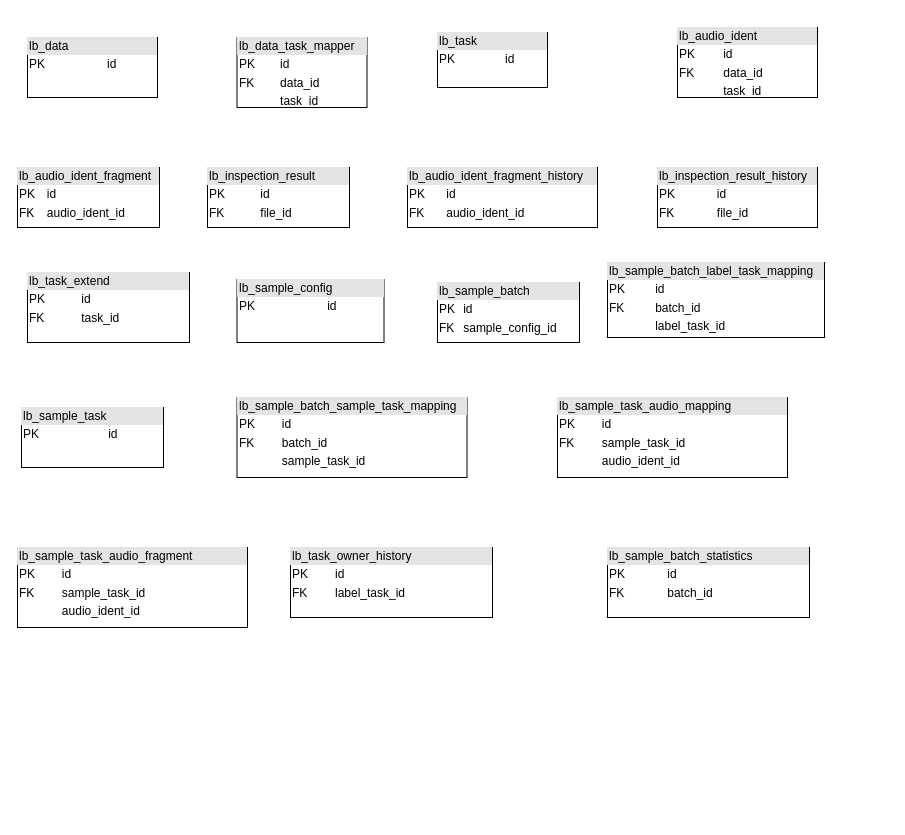
Before: label_table.drawio in jianjunding234/document, a draw.io diagram. Source tidied: cells renumbered, new cells numbered last; positions are measured from the earlier drawing's top-left corner, leaving out a move shared by most shapes. Both pictures are drawn from the tidied source at 100%, with x=0, y=0 at pixel (17, 27).
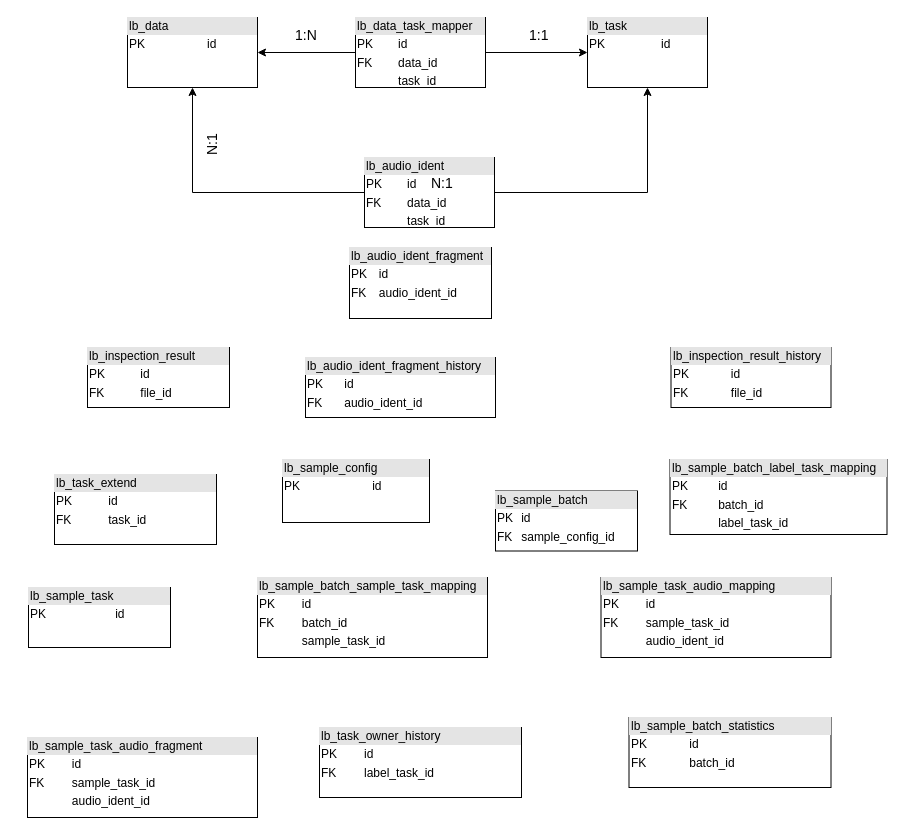
The same diagram, later.

Change to the diagram source:
```diff
@@
     <mxCell id="2" value="&lt;div style=&quot;box-sizing: border-box ; width: 100% ; background: #e4e4e4 ; padding: 2px&quot;&gt;lb_task&lt;br&gt;&lt;/div&gt;&lt;table style=&quot;width: 100% ; font-size: 1em&quot; cellpadding=&quot;2&quot; cellspacing=&quot;0&quot;&gt;&lt;tbody&gt;&lt;tr&gt;&lt;td&gt;PK&lt;/td&gt;&lt;td&gt;id&lt;/td&gt;&lt;/tr&gt;&lt;tr&gt;&lt;td&gt;&lt;br&gt;&lt;/td&gt;&lt;td&gt;&lt;/td&gt;&lt;/tr&gt;&lt;/tbody&gt;&lt;/table&gt;" style="verticalAlign=top;align=left;overflow=fill;html=1;" parent="1" vertex="1">
-      <mxGeometry x="420" y="5" width="110" height="55" as="geometry" />
+      <mxGeometry x="570" y="-10" width="120" height="70" as="geometry" />
     </mxCell>
     <mxCell id="3" value="&lt;div style=&quot;box-sizing: border-box ; width: 100% ; background: #e4e4e4 ; padding: 2px&quot;&gt;lb_data&lt;br&gt;&lt;/div&gt;&lt;table style=&quot;width: 100% ; font-size: 1em&quot; cellpadding=&quot;2&quot; cellspacing=&quot;0&quot;&gt;&lt;tbody&gt;&lt;tr&gt;&lt;td&gt;PK&lt;/td&gt;&lt;td&gt;id&lt;/td&gt;&lt;/tr&gt;&lt;tr&gt;&lt;td&gt;&lt;br&gt;&lt;/td&gt;&lt;td&gt;&lt;/td&gt;&lt;/tr&gt;&lt;/tbody&gt;&lt;/table&gt;" style="verticalAlign=top;align=left;overflow=fill;html=1;" parent="1" vertex="1">
-      <mxGeometry x="10" y="10" width="130" height="60" as="geometry" />
+      <mxGeometry x="110" y="-10" width="130" height="70" as="geometry" />
     </mxCell>
+    <mxCell id="20" style="edgeStyle=orthogonalEdgeStyle;rounded=0;jettySize=auto;html=1;entryX=1;entryY=0.5;entryDx=0;entryDy=0;" parent="1" edge="1" source="4" target="3">
+      <mxGeometry relative="1" as="geometry" />
+    </mxCell>
+    <mxCell id="21" style="edgeStyle=orthogonalEdgeStyle;rounded=0;jettySize=auto;html=1;" parent="1" edge="1" source="4" target="2">
+      <mxGeometry relative="1" as="geometry" />
+    </mxCell>
     <mxCell id="4" value="&lt;div style=&quot;box-sizing: border-box ; width: 100% ; background: #e4e4e4 ; padding: 2px&quot;&gt;lb_data_task_mapper&lt;br&gt;&lt;/div&gt;&lt;table style=&quot;width: 100% ; font-size: 1em&quot; cellpadding=&quot;2&quot; cellspacing=&quot;0&quot;&gt;&lt;tbody&gt;&lt;tr&gt;&lt;td&gt;PK&lt;/td&gt;&lt;td&gt;id&lt;/td&gt;&lt;/tr&gt;&lt;tr&gt;&lt;td&gt;FK&lt;/td&gt;&lt;td&gt;data_id&lt;/td&gt;&lt;/tr&gt;&lt;tr&gt;&lt;td&gt;&lt;/td&gt;&lt;td&gt;task_id&lt;/td&gt;&lt;/tr&gt;&lt;/tbody&gt;&lt;/table&gt;" style="verticalAlign=top;align=left;overflow=fill;html=1;" parent="1" vertex="1">
-      <mxGeometry x="219.5" y="10" width="130" height="70" as="geometry" />
+      <mxGeometry x="338" y="-10" width="130" height="70" as="geometry" />
     </mxCell>
-    <mxCell id="5" value="&lt;div style=&quot;box-sizing: border-box ; width: 100% ; background: #e4e4e4 ; padding: 2px&quot;&gt;lb_audio_ident&lt;/div&gt;&lt;table style=&quot;width: 100% ; font-size: 1em&quot; cellpadding=&quot;2&quot; cellspacing=&quot;0&quot;&gt;&lt;tbody&gt;&lt;tr&gt;&lt;td&gt;PK&lt;/td&gt;&lt;td&gt;id&lt;/td&gt;&lt;/tr&gt;&lt;tr&gt;&lt;td&gt;FK&lt;/td&gt;&lt;td&gt;data_id&lt;/td&gt;&lt;/tr&gt;&lt;tr&gt;&lt;td&gt;&lt;/td&gt;&lt;td&gt;task_id&lt;/td&gt;&lt;/tr&gt;&lt;/tbody&gt;&lt;/table&gt;" style="verticalAlign=top;align=left;overflow=fill;html=1;" parent="1" vertex="1">
-      <mxGeometry x="660" width="140" height="70" as="geometry" />
-    </mxCell>
     <mxCell id="6" value="&lt;div style=&quot;box-sizing: border-box ; width: 100% ; background: #e4e4e4 ; padding: 2px&quot;&gt;lb_audio_ident_fragment&lt;br&gt;&lt;/div&gt;&lt;table style=&quot;width: 100% ; font-size: 1em&quot; cellpadding=&quot;2&quot; cellspacing=&quot;0&quot;&gt;&lt;tbody&gt;&lt;tr&gt;&lt;td&gt;PK&lt;/td&gt;&lt;td&gt;id&lt;/td&gt;&lt;/tr&gt;&lt;tr&gt;&lt;td&gt;FK&lt;/td&gt;&lt;td&gt;audio_ident_id&lt;br&gt;&lt;/td&gt;&lt;/tr&gt;&lt;tr&gt;&lt;td&gt;&lt;/td&gt;&lt;td&gt;&lt;br&gt;&lt;/td&gt;&lt;/tr&gt;&lt;/tbody&gt;&lt;/table&gt;" style="verticalAlign=top;align=left;overflow=fill;html=1;" parent="1" vertex="1">
-      <mxGeometry y="140" width="142" height="60" as="geometry" />
+      <mxGeometry x="332" y="220" width="142" height="71" as="geometry" />
     </mxCell>
     <mxCell id="7" value="&lt;div style=&quot;box-sizing: border-box ; width: 100% ; background: #e4e4e4 ; padding: 2px&quot;&gt;lb_inspection_result&lt;br&gt;&lt;/div&gt;&lt;table style=&quot;width: 100% ; font-size: 1em&quot; cellpadding=&quot;2&quot; cellspacing=&quot;0&quot;&gt;&lt;tbody&gt;&lt;tr&gt;&lt;td&gt;PK&lt;/td&gt;&lt;td&gt;id&lt;/td&gt;&lt;/tr&gt;&lt;tr&gt;&lt;td&gt;FK&lt;/td&gt;&lt;td&gt;file_id&lt;br&gt;&lt;/td&gt;&lt;/tr&gt;&lt;tr&gt;&lt;td&gt;&lt;/td&gt;&lt;td&gt;&lt;br&gt;&lt;/td&gt;&lt;/tr&gt;&lt;/tbody&gt;&lt;/table&gt;" style="verticalAlign=top;align=left;overflow=fill;html=1;" parent="1" vertex="1">
-      <mxGeometry x="190" y="140" width="142" height="60" as="geometry" />
+      <mxGeometry x="70" y="320" width="142" height="60" as="geometry" />
     </mxCell>
     <mxCell id="8" value="&lt;div style=&quot;box-sizing: border-box ; width: 100% ; background: #e4e4e4 ; padding: 2px&quot;&gt;lb_audio_ident_fragment_history&lt;br&gt;&lt;/div&gt;&lt;table style=&quot;width: 100% ; font-size: 1em&quot; cellpadding=&quot;2&quot; cellspacing=&quot;0&quot;&gt;&lt;tbody&gt;&lt;tr&gt;&lt;td&gt;PK&lt;/td&gt;&lt;td&gt;id&lt;/td&gt;&lt;/tr&gt;&lt;tr&gt;&lt;td&gt;FK&lt;/td&gt;&lt;td&gt;audio_ident_id&lt;br&gt;&lt;/td&gt;&lt;/tr&gt;&lt;tr&gt;&lt;td&gt;&lt;/td&gt;&lt;td&gt;&lt;br&gt;&lt;/td&gt;&lt;/tr&gt;&lt;/tbody&gt;&lt;/table&gt;" style="verticalAlign=top;align=left;overflow=fill;html=1;" parent="1" vertex="1">
-      <mxGeometry x="390" y="140" width="190" height="60" as="geometry" />
+      <mxGeometry x="288" y="330" width="190" height="60" as="geometry" />
     </mxCell>
     <mxCell id="9" value="&lt;div style=&quot;box-sizing: border-box ; width: 100% ; background: #e4e4e4 ; padding: 2px&quot;&gt;lb_inspection_result_history&lt;br&gt;&lt;/div&gt;&lt;table style=&quot;width: 100% ; font-size: 1em&quot; cellpadding=&quot;2&quot; cellspacing=&quot;0&quot;&gt;&lt;tbody&gt;&lt;tr&gt;&lt;td&gt;PK&lt;/td&gt;&lt;td&gt;id&lt;/td&gt;&lt;/tr&gt;&lt;tr&gt;&lt;td&gt;FK&lt;/td&gt;&lt;td&gt;file_id&lt;br&gt;&lt;/td&gt;&lt;/tr&gt;&lt;tr&gt;&lt;td&gt;&lt;/td&gt;&lt;td&gt;&lt;br&gt;&lt;/td&gt;&lt;/tr&gt;&lt;/tbody&gt;&lt;/table&gt;" style="verticalAlign=top;align=left;overflow=fill;html=1;" parent="1" vertex="1">
-      <mxGeometry x="640" y="140" width="160" height="60" as="geometry" />
+      <mxGeometry x="653.5" y="320" width="160" height="60" as="geometry" />
     </mxCell>
     <mxCell id="10" value="&lt;div style=&quot;box-sizing: border-box ; width: 100% ; background: #e4e4e4 ; padding: 2px&quot;&gt;lb_sample_config&lt;br&gt;&lt;/div&gt;&lt;table style=&quot;width: 100% ; font-size: 1em&quot; cellpadding=&quot;2&quot; cellspacing=&quot;0&quot;&gt;&lt;tbody&gt;&lt;tr&gt;&lt;td&gt;PK&lt;/td&gt;&lt;td&gt;id&lt;/td&gt;&lt;/tr&gt;&lt;tr&gt;&lt;td&gt;&lt;/td&gt;&lt;td&gt;&lt;br&gt;&lt;/td&gt;&lt;/tr&gt;&lt;tr&gt;&lt;td&gt;&lt;/td&gt;&lt;td&gt;&lt;br&gt;&lt;/td&gt;&lt;/tr&gt;&lt;/tbody&gt;&lt;/table&gt;" style="verticalAlign=top;align=left;overflow=fill;html=1;" parent="1" vertex="1">
-      <mxGeometry x="219.5" y="252" width="147" height="63" as="geometry" />
+      <mxGeometry x="265" y="432" width="147" height="63" as="geometry" />
     </mxCell>
     <mxCell id="11" value="&lt;div style=&quot;box-sizing: border-box ; width: 100% ; background: #e4e4e4 ; padding: 2px&quot;&gt;lb_sample_batch&lt;br&gt;&lt;/div&gt;&lt;table style=&quot;width: 100% ; font-size: 1em&quot; cellpadding=&quot;2&quot; cellspacing=&quot;0&quot;&gt;&lt;tbody&gt;&lt;tr&gt;&lt;td&gt;PK&lt;/td&gt;&lt;td&gt;id&lt;/td&gt;&lt;/tr&gt;&lt;tr&gt;&lt;td&gt;FK&lt;/td&gt;&lt;td&gt;sample_config_id&lt;br&gt;&lt;/td&gt;&lt;/tr&gt;&lt;tr&gt;&lt;td&gt;&lt;/td&gt;&lt;td&gt;&lt;br&gt;&lt;/td&gt;&lt;/tr&gt;&lt;/tbody&gt;&lt;/table&gt;" style="verticalAlign=top;align=left;overflow=fill;html=1;" parent="1" vertex="1">
-      <mxGeometry x="420" y="255" width="142" height="60" as="geometry" />
+      <mxGeometry x="478" y="463.5" width="142" height="60" as="geometry" />
     </mxCell>
     <mxCell id="12" value="&lt;div style=&quot;box-sizing: border-box ; width: 100% ; background: #e4e4e4 ; padding: 2px&quot;&gt;lb_sample_batch_label_task_mapping&lt;br&gt;&lt;/div&gt;&lt;table style=&quot;width: 100% ; font-size: 1em&quot; cellpadding=&quot;2&quot; cellspacing=&quot;0&quot;&gt;&lt;tbody&gt;&lt;tr&gt;&lt;td&gt;PK&lt;/td&gt;&lt;td&gt;id&lt;/td&gt;&lt;/tr&gt;&lt;tr&gt;&lt;td&gt;FK&lt;/td&gt;&lt;td&gt;batch_id&lt;/td&gt;&lt;/tr&gt;&lt;tr&gt;&lt;td&gt;&lt;/td&gt;&lt;td&gt;label_task_id&lt;/td&gt;&lt;/tr&gt;&lt;/tbody&gt;&lt;/table&gt;" style="verticalAlign=top;align=left;overflow=fill;html=1;" parent="1" vertex="1">
-      <mxGeometry x="590" y="235" width="217" height="75" as="geometry" />
+      <mxGeometry x="652.5" y="432" width="217" height="75" as="geometry" />
     </mxCell>
     <mxCell id="13" value="&lt;div style=&quot;box-sizing: border-box ; width: 100% ; background: #e4e4e4 ; padding: 2px&quot;&gt;lb_sample_task&lt;br&gt;&lt;/div&gt;&lt;table style=&quot;width: 100% ; font-size: 1em&quot; cellpadding=&quot;2&quot; cellspacing=&quot;0&quot;&gt;&lt;tbody&gt;&lt;tr&gt;&lt;td&gt;PK&lt;/td&gt;&lt;td&gt;id&lt;/td&gt;&lt;/tr&gt;&lt;tr&gt;&lt;td&gt;&lt;/td&gt;&lt;td&gt;&lt;br&gt;&lt;/td&gt;&lt;/tr&gt;&lt;tr&gt;&lt;td&gt;&lt;/td&gt;&lt;td&gt;&lt;br&gt;&lt;/td&gt;&lt;/tr&gt;&lt;/tbody&gt;&lt;/table&gt;" style="verticalAlign=top;align=left;overflow=fill;html=1;" parent="1" vertex="1">
-      <mxGeometry x="4" y="380" width="142" height="60" as="geometry" />
+      <mxGeometry x="11" y="560" width="142" height="60" as="geometry" />
     </mxCell>
     <mxCell id="14" value="&lt;div style=&quot;box-sizing: border-box ; width: 100% ; background: #e4e4e4 ; padding: 2px&quot;&gt;lb_sample_batch_sample_task_mapping&lt;br&gt;&lt;/div&gt;&lt;table style=&quot;width: 100% ; font-size: 1em&quot; cellpadding=&quot;2&quot; cellspacing=&quot;0&quot;&gt;&lt;tbody&gt;&lt;tr&gt;&lt;td&gt;PK&lt;/td&gt;&lt;td&gt;id&lt;/td&gt;&lt;/tr&gt;&lt;tr&gt;&lt;td&gt;FK&lt;/td&gt;&lt;td&gt;batch_id&lt;/td&gt;&lt;/tr&gt;&lt;tr&gt;&lt;td&gt;&lt;/td&gt;&lt;td&gt;sample_task_id&lt;/td&gt;&lt;/tr&gt;&lt;/tbody&gt;&lt;/table&gt;" style="verticalAlign=top;align=left;overflow=fill;html=1;" parent="1" vertex="1">
-      <mxGeometry x="219.5" y="370" width="230" height="80" as="geometry" />
+      <mxGeometry x="240" y="550" width="230" height="80" as="geometry" />
     </mxCell>
     <mxCell id="15" value="&lt;div style=&quot;box-sizing: border-box ; width: 100% ; background: #e4e4e4 ; padding: 2px&quot;&gt;lb_sample_task_audio_mapping&lt;br&gt;&lt;/div&gt;&lt;table style=&quot;width: 100% ; font-size: 1em&quot; cellpadding=&quot;2&quot; cellspacing=&quot;0&quot;&gt;&lt;tbody&gt;&lt;tr&gt;&lt;td&gt;PK&lt;/td&gt;&lt;td&gt;id&lt;/td&gt;&lt;/tr&gt;&lt;tr&gt;&lt;td&gt;FK&lt;/td&gt;&lt;td&gt;sample_task_id&lt;/td&gt;&lt;/tr&gt;&lt;tr&gt;&lt;td&gt;&lt;/td&gt;&lt;td&gt;audio_ident_id&lt;/td&gt;&lt;/tr&gt;&lt;/tbody&gt;&lt;/table&gt;" style="verticalAlign=top;align=left;overflow=fill;html=1;" parent="1" vertex="1">
-      <mxGeometry x="540" y="370" width="230" height="80" as="geometry" />
+      <mxGeometry x="583.5" y="550" width="230" height="80" as="geometry" />
     </mxCell>
     <mxCell id="16" value="&lt;div style=&quot;box-sizing: border-box ; width: 100% ; background: #e4e4e4 ; padding: 2px&quot;&gt;lb_sample_task_audio_fragment&lt;br&gt;&lt;/div&gt;&lt;table style=&quot;width: 100% ; font-size: 1em&quot; cellpadding=&quot;2&quot; cellspacing=&quot;0&quot;&gt;&lt;tbody&gt;&lt;tr&gt;&lt;td&gt;PK&lt;/td&gt;&lt;td&gt;id&lt;/td&gt;&lt;/tr&gt;&lt;tr&gt;&lt;td&gt;FK&lt;/td&gt;&lt;td&gt;sample_task_id&lt;/td&gt;&lt;/tr&gt;&lt;tr&gt;&lt;td&gt;&lt;/td&gt;&lt;td&gt;audio_ident_id&lt;/td&gt;&lt;/tr&gt;&lt;/tbody&gt;&lt;/table&gt;" style="verticalAlign=top;align=left;overflow=fill;html=1;" parent="1" vertex="1">
-      <mxGeometry y="520" width="230" height="80" as="geometry" />
+      <mxGeometry x="10" y="710" width="230" height="80" as="geometry" />
     </mxCell>
     <mxCell id="17" value="&lt;div style=&quot;box-sizing: border-box ; width: 100% ; background: #e4e4e4 ; padding: 2px&quot;&gt;lb_task_owner_history&lt;br&gt;&lt;/div&gt;&lt;table style=&quot;width: 100% ; font-size: 1em&quot; cellpadding=&quot;2&quot; cellspacing=&quot;0&quot;&gt;&lt;tbody&gt;&lt;tr&gt;&lt;td&gt;PK&lt;/td&gt;&lt;td&gt;id&lt;/td&gt;&lt;/tr&gt;&lt;tr&gt;&lt;td&gt;FK&lt;/td&gt;&lt;td&gt;label_task_id&lt;/td&gt;&lt;/tr&gt;&lt;tr&gt;&lt;td&gt;&lt;br&gt;&lt;/td&gt;&lt;td&gt;&lt;/td&gt;&lt;/tr&gt;&lt;/tbody&gt;&lt;/table&gt;" style="verticalAlign=top;align=left;overflow=fill;html=1;" parent="1" vertex="1">
-      <mxGeometry x="273" y="520" width="202" height="70" as="geometry" />
+      <mxGeometry x="302" y="700" width="202" height="70" as="geometry" />
     </mxCell>
     <mxCell id="18" value="&lt;div style=&quot;box-sizing: border-box ; width: 100% ; background: #e4e4e4 ; padding: 2px&quot;&gt;lb_task_extend&lt;br&gt;&lt;/div&gt;&lt;table style=&quot;width: 100% ; font-size: 1em&quot; cellpadding=&quot;2&quot; cellspacing=&quot;0&quot;&gt;&lt;tbody&gt;&lt;tr&gt;&lt;td&gt;PK&lt;/td&gt;&lt;td&gt;id&lt;/td&gt;&lt;/tr&gt;&lt;tr&gt;&lt;td&gt;FK&lt;/td&gt;&lt;td&gt;task_id&lt;/td&gt;&lt;/tr&gt;&lt;tr&gt;&lt;td&gt;&lt;br&gt;&lt;/td&gt;&lt;td&gt;&lt;/td&gt;&lt;/tr&gt;&lt;/tbody&gt;&lt;/table&gt;" style="verticalAlign=top;align=left;overflow=fill;html=1;" parent="1" vertex="1">
-      <mxGeometry x="10" y="245" width="162" height="70" as="geometry" />
+      <mxGeometry x="37" y="447" width="162" height="70" as="geometry" />
     </mxCell>
     <mxCell id="19" value="&lt;div style=&quot;box-sizing: border-box ; width: 100% ; background: #e4e4e4 ; padding: 2px&quot;&gt;lb_sample_batch_statistics&lt;br&gt;&lt;/div&gt;&lt;table style=&quot;width: 100% ; font-size: 1em&quot; cellpadding=&quot;2&quot; cellspacing=&quot;0&quot;&gt;&lt;tbody&gt;&lt;tr&gt;&lt;td&gt;PK&lt;/td&gt;&lt;td&gt;id&lt;/td&gt;&lt;/tr&gt;&lt;tr&gt;&lt;td&gt;FK&lt;/td&gt;&lt;td&gt;batch_id&lt;/td&gt;&lt;/tr&gt;&lt;/tbody&gt;&lt;/table&gt;" style="verticalAlign=top;align=left;overflow=fill;html=1;" parent="1" vertex="1">
-      <mxGeometry x="590" y="520" width="202" height="70" as="geometry" />
+      <mxGeometry x="611.5" y="690" width="202" height="70" as="geometry" />
     </mxCell>
+    <mxCell id="22" value="&lt;font style=&quot;font-size: 14px&quot;&gt;1:N&lt;/font&gt;" style="text;html=1;align=left;verticalAlign=top;spacingTop=-4;" parent="1" vertex="1">
+      <mxGeometry x="276" y="-3" width="40" height="20" as="geometry" />
+    </mxCell>
+    <mxCell id="23" value="&lt;font style=&quot;font-size: 14px&quot;&gt;1:1&lt;/font&gt;" style="text;html=1;align=left;verticalAlign=top;spacingTop=-4;" parent="1" vertex="1">
+      <mxGeometry x="510" y="-3" width="30" height="20" as="geometry" />
+    </mxCell>
+    <mxCell id="24" value="N:1" style="text;html=1;align=left;verticalAlign=top;spacingTop=-4;fontSize=14;horizontal=0;" parent="1" vertex="1">
+      <mxGeometry x="184" y="100" width="30" height="30" as="geometry" />
+    </mxCell>
+    <mxCell id="25" style="edgeStyle=orthogonalEdgeStyle;rounded=0;jettySize=auto;html=1;entryX=0.5;entryY=1;entryDx=0;entryDy=0;fontSize=14;" parent="1" edge="1" source="5" target="2">
+      <mxGeometry relative="1" as="geometry" />
+    </mxCell>
+    <mxCell id="26" style="edgeStyle=orthogonalEdgeStyle;rounded=0;jettySize=auto;html=1;entryX=0.5;entryY=1;entryDx=0;entryDy=0;fontSize=14;" parent="1" edge="1" source="5" target="3">
+      <mxGeometry relative="1" as="geometry" />
+    </mxCell>
+    <mxCell id="5" value="&lt;div style=&quot;box-sizing: border-box ; width: 100% ; background: #e4e4e4 ; padding: 2px&quot;&gt;lb_audio_ident&lt;br&gt;&lt;/div&gt;&lt;table style=&quot;width: 100% ; font-size: 1em&quot; cellpadding=&quot;2&quot; cellspacing=&quot;0&quot;&gt;&lt;tbody&gt;&lt;tr&gt;&lt;td&gt;PK&lt;/td&gt;&lt;td&gt;id&lt;/td&gt;&lt;/tr&gt;&lt;tr&gt;&lt;td&gt;FK&lt;/td&gt;&lt;td&gt;data_id&lt;/td&gt;&lt;/tr&gt;&lt;tr&gt;&lt;td&gt;&lt;/td&gt;&lt;td&gt;task_id&lt;/td&gt;&lt;/tr&gt;&lt;/tbody&gt;&lt;/table&gt;" style="verticalAlign=top;align=left;overflow=fill;html=1;" parent="1" vertex="1">
+      <mxGeometry x="347" y="130" width="130" height="70" as="geometry" />
+    </mxCell>
+    <mxCell id="27" value="N:1" style="text;html=1;align=left;verticalAlign=top;spacingTop=-4;fontSize=14;" parent="1" vertex="1">
+      <mxGeometry x="412" y="145" width="40" height="20" as="geometry" />
+    </mxCell>
```
